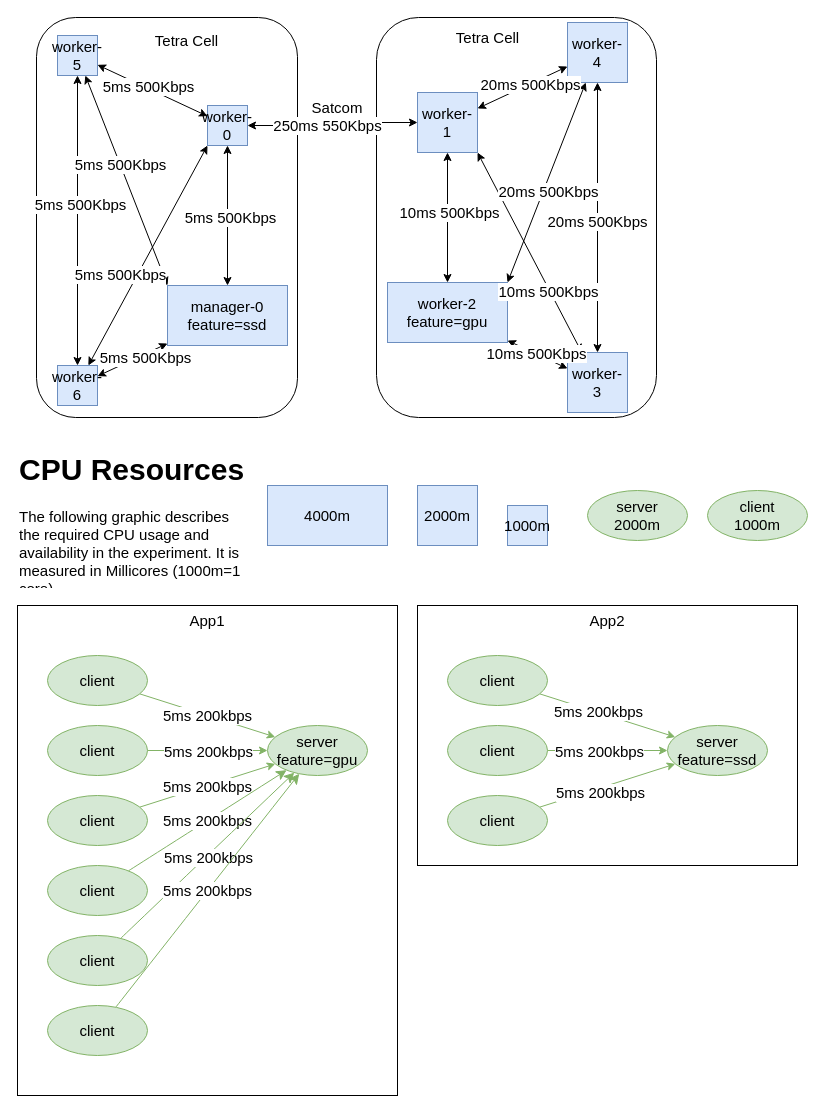
This is emulator/exp-8/setup.drawio from kr-0-n/k8_scheduler_experiments, a draw.io file, before an edit. Source tidied: cells renumbered, new cells numbered last; positions are measured from the earlier drawing's top-left corner, leaving out a move shared by most shapes. Both pictures are drawn from the tidied source at 100%, with x=0, y=0 at pixel (17, 17).
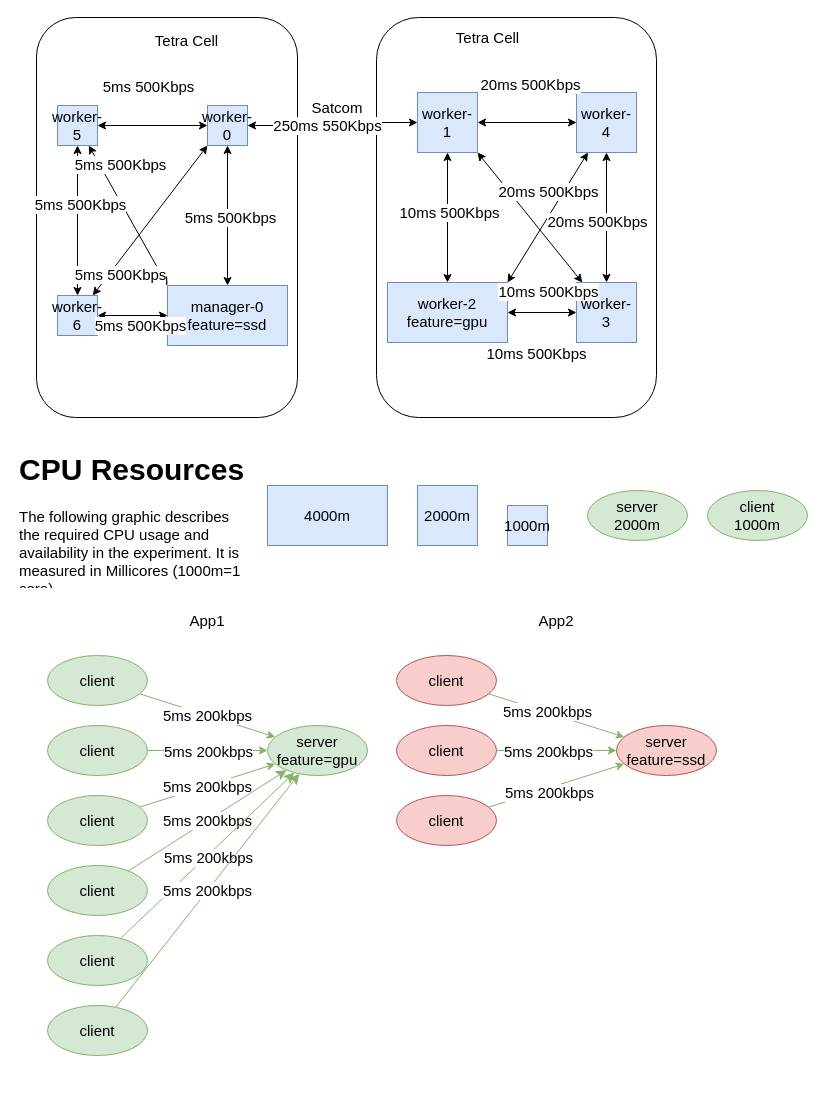
The same page after the edit.

Unchanged cells that the change refers to:
```xml
<mxCell id="2" style="group;fontSize=15;" parent="1" vertex="1">
  <mxGeometry x="19" width="261" height="400" as="geometry" />
</mxCell>
```

What changed in the source:
```diff
@@
     <mxCell id="10" value="worker-6" style="rounded=0;whiteSpace=wrap;html=1;fillColor=#dae8fc;strokeColor=#6c8ebf;fontSize=15;" parent="2" vertex="1">
-      <mxGeometry x="21" y="348" width="40" height="40" as="geometry" />
+      <mxGeometry x="21" y="278" width="40" height="40" as="geometry" />
     </mxCell>
@@
     <mxCell id="13" value="worker-5" style="rounded=0;whiteSpace=wrap;html=1;fillColor=#dae8fc;strokeColor=#6c8ebf;fontSize=15;" parent="2" vertex="1">
-      <mxGeometry x="21" y="18" width="40" height="40" as="geometry" />
+      <mxGeometry x="21" y="88" width="40" height="40" as="geometry" />
     </mxCell>
@@
     <mxCell id="16" value="5ms 500Kbps" style="edgeLabel;html=1;align=center;verticalAlign=middle;fontSize=15;" parent="2" vertex="1">
       <mxGeometry x="106" y="341" as="geometry">
-        <mxPoint x="2" y="-2" as="offset" />
+        <mxPoint x="-3" y="-34" as="offset" />
       </mxGeometry>
     </mxCell>
@@
-    <mxCell id="22" style="rounded=0;whiteSpace=wrap;html=1;fontSize=15;" parent="1" vertex="1">
-      <mxGeometry y="588" width="380" height="490" as="geometry" />
-    </mxCell>
@@
     <mxCell id="31" value="worker-4" style="rounded=0;whiteSpace=wrap;html=1;fillColor=#dae8fc;strokeColor=#6c8ebf;fontSize=15;" parent="1" vertex="1">
-      <mxGeometry x="550" y="5" width="60" height="60" as="geometry" />
+      <mxGeometry x="559" y="75" width="60" height="60" as="geometry" />
     </mxCell>
@@
     <mxCell id="34" value="worker-3" style="rounded=0;whiteSpace=wrap;html=1;fillColor=#dae8fc;strokeColor=#6c8ebf;fontSize=15;" parent="1" vertex="1">
-      <mxGeometry x="550" y="335" width="60" height="60" as="geometry" />
+      <mxGeometry x="559" y="265" width="60" height="60" as="geometry" />
     </mxCell>
@@
-    <mxCell id="46" style="rounded=0;whiteSpace=wrap;html=1;fontSize=15;" parent="1" vertex="1">
-      <mxGeometry x="400" y="588" width="380" height="260" as="geometry" />
-    </mxCell>
@@
-    <mxCell id="48" value="client" style="ellipse;whiteSpace=wrap;html=1;fillColor=#d5e8d4;strokeColor=#82b366;fontSize=15;" parent="1" vertex="1">
-      <mxGeometry x="430" y="708" width="100" height="50" as="geometry" />
+    <mxCell id="48" value="client" style="ellipse;whiteSpace=wrap;html=1;fillColor=#f8cecc;strokeColor=#b85450;fontSize=15;" parent="1" vertex="1">
+      <mxGeometry x="379" y="708" width="100" height="50" as="geometry" />
     </mxCell>
-    <mxCell id="49" value="server&lt;div&gt;feature=ssd&lt;/div&gt;" style="ellipse;whiteSpace=wrap;html=1;fillColor=#d5e8d4;strokeColor=#82b366;fontSize=15;" parent="1" vertex="1">
-      <mxGeometry x="650" y="708" width="100" height="50" as="geometry" />
+    <mxCell id="49" value="server&lt;div&gt;feature=ssd&lt;/div&gt;" style="ellipse;whiteSpace=wrap;html=1;fillColor=#f8cecc;strokeColor=#b85450;fontSize=15;" parent="1" vertex="1">
+      <mxGeometry x="599" y="708" width="100" height="50" as="geometry" />
     </mxCell>
@@
-    <mxCell id="52" value="client" style="ellipse;whiteSpace=wrap;html=1;fillColor=#d5e8d4;strokeColor=#82b366;fontSize=15;" parent="1" vertex="1">
-      <mxGeometry x="430" y="638" width="100" height="50" as="geometry" />
+    <mxCell id="52" value="client" style="ellipse;whiteSpace=wrap;html=1;fillColor=#f8cecc;strokeColor=#b85450;fontSize=15;" parent="1" vertex="1">
+      <mxGeometry x="379" y="638" width="100" height="50" as="geometry" />
     </mxCell>
@@
-    <mxCell id="54" value="client" style="ellipse;whiteSpace=wrap;html=1;fillColor=#d5e8d4;strokeColor=#82b366;fontSize=15;" parent="1" vertex="1">
-      <mxGeometry x="430" y="778" width="100" height="50" as="geometry" />
+    <mxCell id="54" value="client" style="ellipse;whiteSpace=wrap;html=1;fillColor=#f8cecc;strokeColor=#b85450;fontSize=15;" parent="1" vertex="1">
+      <mxGeometry x="379" y="778" width="100" height="50" as="geometry" />
     </mxCell>
     <mxCell id="55" value="App2" style="text;html=1;whiteSpace=wrap;strokeColor=none;fillColor=none;align=center;verticalAlign=middle;rounded=0;fontSize=15;" parent="1" vertex="1">
-      <mxGeometry x="560" y="588" width="60" height="30" as="geometry" />
+      <mxGeometry x="509" y="588" width="60" height="30" as="geometry" />
     </mxCell>
     <mxCell id="56" value="5ms 200kbps" style="edgeLabel;html=1;align=center;verticalAlign=middle;fontSize=15;" parent="1" vertex="1">
-      <mxGeometry x="562" y="723" as="geometry">
+      <mxGeometry x="511" y="723" as="geometry">
         <mxPoint x="19" y="10" as="offset" />
       </mxGeometry>
     </mxCell>
     <mxCell id="57" value="5ms 200kbps" style="edgeLabel;html=1;align=center;verticalAlign=middle;fontSize=15;" parent="1" vertex="1">
-      <mxGeometry x="580" y="768" as="geometry">
+      <mxGeometry x="529" y="768" as="geometry">
         <mxPoint x="2" y="6" as="offset" />
       </mxGeometry>
     </mxCell>
```
